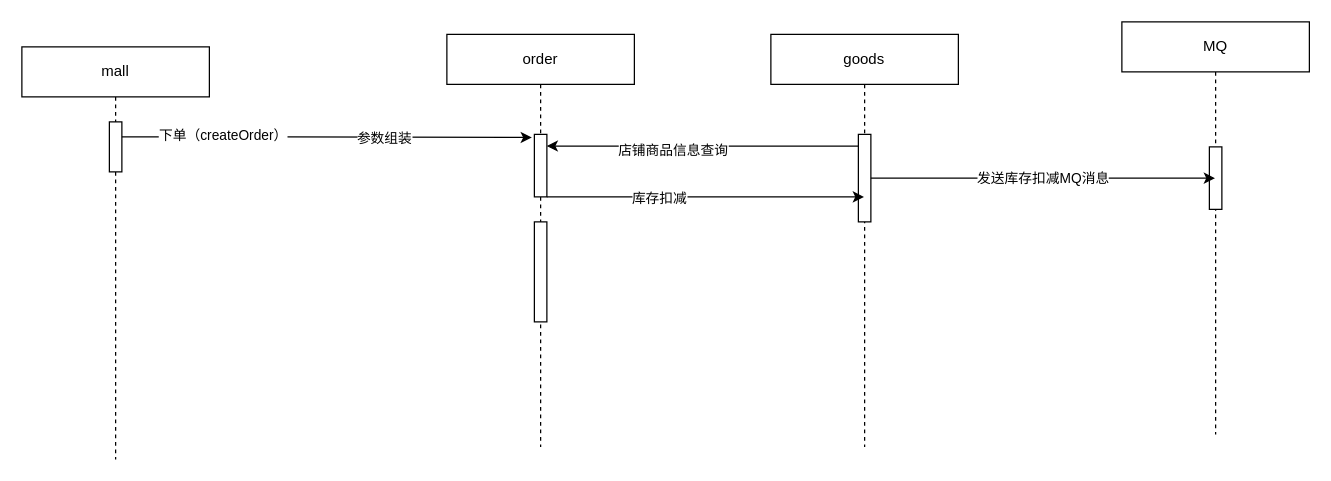
Before: 婚奢汇业务流程图/订单系统.drawio in YYB1024/myRemoteRepo, a draw.io diagram. Source tidied: cells renumbered, new cells numbered last; positions are measured from the earlier drawing's top-left corner, leaving out a move shared by most shapes. Both pictures are drawn from the tidied source at 125%, with x=0, y=0 at pixel (21, 21).
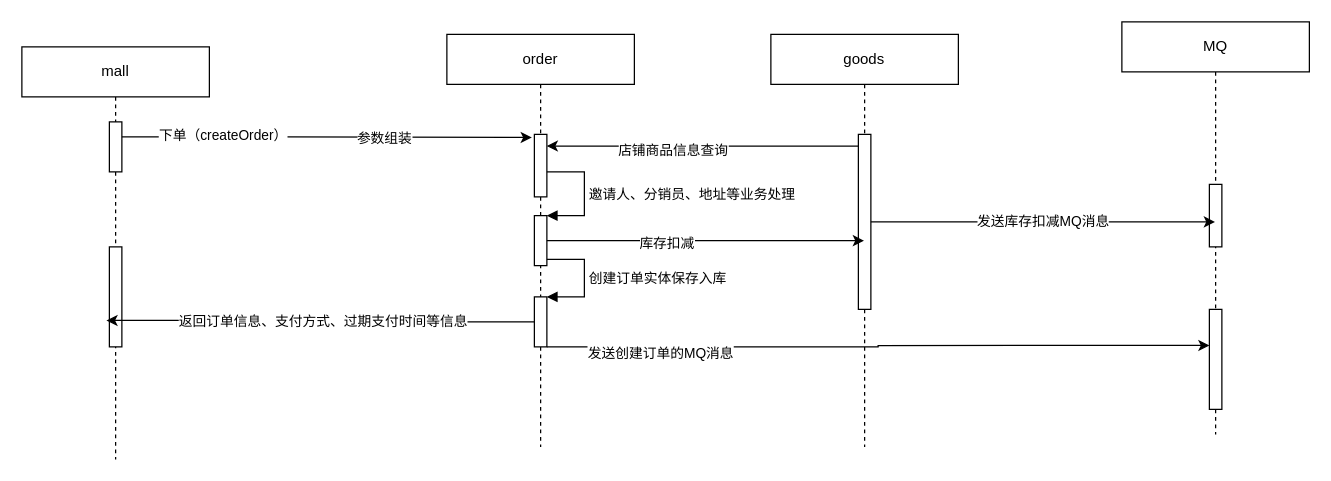
The same page after the edit.

Commit message:
更新订单系统.drawio

Unchanged cells that the change refers to:
```xml
<mxCell id="2" value="mall" style="shape=umlLifeline;perimeter=lifelinePerimeter;whiteSpace=wrap;html=1;" parent="1" vertex="1">
  <mxGeometry y="20" width="150" height="330" as="geometry" />
</mxCell>
<mxCell id="4" value="order" style="shape=umlLifeline;perimeter=lifelinePerimeter;whiteSpace=wrap;html=1;" parent="1" vertex="1">
  <mxGeometry x="340" y="10" width="150" height="330" as="geometry" />
</mxCell>
<mxCell id="5" style="html=1;points=[];perimeter=orthogonalPerimeter;" parent="4" vertex="1">
  <mxGeometry x="70" y="80" width="10" height="50" as="geometry" />
</mxCell>
<mxCell id="10" value="goods" style="shape=umlLifeline;perimeter=lifelinePerimeter;whiteSpace=wrap;html=1;outlineConnect=0;" parent="1" vertex="1">
  <mxGeometry x="599.2" y="10" width="150" height="330" as="geometry" />
</mxCell>
<mxCell id="16" value="MQ" style="shape=umlLifeline;perimeter=lifelinePerimeter;whiteSpace=wrap;html=1;outlineConnect=0;" parent="1" vertex="1">
  <mxGeometry x="880" width="150" height="330" as="geometry" />
</mxCell>
```

Diff of the diagram source:
```diff
@@
+    <mxCell id="19" style="html=1;points=[];perimeter=orthogonalPerimeter;" parent="2" vertex="1">
+      <mxGeometry x="70" y="160" width="10" height="80" as="geometry" />
+    </mxCell>
@@
-    <mxCell id="6" style="html=1;perimeter=orthogonalPerimeter;" parent="4" vertex="1">
-      <mxGeometry x="70" y="150" width="10" height="80" as="geometry" />
-    </mxCell>
+    <mxCell id="20" style="html=1;points=[];perimeter=orthogonalPerimeter;" parent="4" vertex="1">
+      <mxGeometry x="70" y="145" width="10" height="40" as="geometry" />
+    </mxCell>
+    <mxCell id="21" value="邀请人、分销员、地址等业务处理" style="edgeStyle=orthogonalEdgeStyle;html=1;align=left;spacingLeft=2;endArrow=block;rounded=0;entryX=1;entryY=0;" parent="4" edge="1" target="20">
+      <mxGeometry relative="1" as="geometry">
+        <mxPoint x="80" y="110" as="sourcePoint" />
+        <Array as="points">
+          <mxPoint x="110" y="110" />
+        </Array>
+      </mxGeometry>
+    </mxCell>
+    <mxCell id="22" style="html=1;points=[];perimeter=orthogonalPerimeter;" parent="4" vertex="1">
+      <mxGeometry x="70" y="210" width="10" height="40" as="geometry" />
+    </mxCell>
+    <mxCell id="23" value="创建订单实体保存入库" style="edgeStyle=orthogonalEdgeStyle;html=1;align=left;spacingLeft=2;endArrow=block;rounded=0;entryX=1;entryY=0;" parent="4" edge="1" target="22">
+      <mxGeometry relative="1" as="geometry">
+        <mxPoint x="80" y="180" as="sourcePoint" />
+        <Array as="points">
+          <mxPoint x="110" y="180" />
+        </Array>
+      </mxGeometry>
+    </mxCell>
@@
     <mxCell id="11" style="html=1;points=[];perimeter=orthogonalPerimeter;" parent="10" vertex="1">
-      <mxGeometry x="70" y="80" width="10" height="70" as="geometry" />
+      <mxGeometry x="70" y="80" width="10" height="140" as="geometry" />
     </mxCell>
@@
-    <mxCell id="14" style="edgeStyle=none;rounded=0;jettySize=auto;html=1;startArrow=none;startFill=0;" parent="1" edge="1" source="5" target="10">
-      <mxGeometry relative="1" as="geometry">
-        <Array as="points">
-          <mxPoint x="550" y="140" />
-        </Array>
-      </mxGeometry>
-    </mxCell>
-    <mxCell id="15" value="库存扣减" style="edgeLabel;html=1;align=center;verticalAlign=middle;" parent="14" vertex="1">
-      <mxGeometry x="-0.3" relative="1" as="geometry" />
-    </mxCell>
@@
     <mxCell id="17" style="html=1;perimeter=orthogonalPerimeter;" parent="16" vertex="1">
-      <mxGeometry x="70" y="100" width="10" height="50" as="geometry" />
+      <mxGeometry x="70" y="130" width="10" height="50" as="geometry" />
     </mxCell>
+    <mxCell id="24" style="html=1;points=[];perimeter=orthogonalPerimeter;" parent="16" vertex="1">
+      <mxGeometry x="70" y="230" width="10" height="80" as="geometry" />
+    </mxCell>
@@
+    <mxCell id="25" style="edgeStyle=orthogonalEdgeStyle;rounded=0;jettySize=auto;html=1;" parent="1" edge="1" target="10">
+      <mxGeometry relative="1" as="geometry">
+        <mxPoint x="420" y="175" as="sourcePoint" />
+        <Array as="points">
+          <mxPoint x="460" y="175" />
+          <mxPoint x="460" y="175" />
+        </Array>
+      </mxGeometry>
+    </mxCell>
+    <mxCell id="15" value="库存扣减" style="edgeLabel;html=1;align=center;verticalAlign=middle;" parent="25" vertex="1">
+      <mxGeometry x="-0.25" y="-1" relative="1" as="geometry" />
+    </mxCell>
+    <mxCell id="26" style="edgeStyle=orthogonalEdgeStyle;rounded=0;jettySize=auto;html=1;entryX=-0.238;entryY=0.736;entryDx=0;entryDy=0;entryPerimeter=0;" parent="1" edge="1" source="22" target="19">
+      <mxGeometry relative="1" as="geometry" />
+    </mxCell>
+    <mxCell id="27" value="返回订单信息、支付方式、过期支付时间等信息" style="edgeLabel;html=1;align=center;verticalAlign=middle;" parent="26" vertex="1">
+      <mxGeometry x="0.38" y="2" relative="1" as="geometry">
+        <mxPoint x="66" y="-1" as="offset" />
+      </mxGeometry>
+    </mxCell>
+    <mxCell id="28" style="edgeStyle=orthogonalEdgeStyle;rounded=0;jettySize=auto;html=1;entryX=0.012;entryY=0.361;entryDx=0;entryDy=0;entryPerimeter=0;" parent="1" edge="1" source="22" target="24">
+      <mxGeometry relative="1" as="geometry">
+        <Array as="points">
+          <mxPoint x="685" y="260" />
+        </Array>
+      </mxGeometry>
+    </mxCell>
+    <mxCell id="29" value="发送创建订单的MQ消息" style="edgeLabel;html=1;align=center;verticalAlign=middle;" parent="28" vertex="1">
+      <mxGeometry x="-0.66" y="-4" relative="1" as="geometry" />
+    </mxCell>
```
